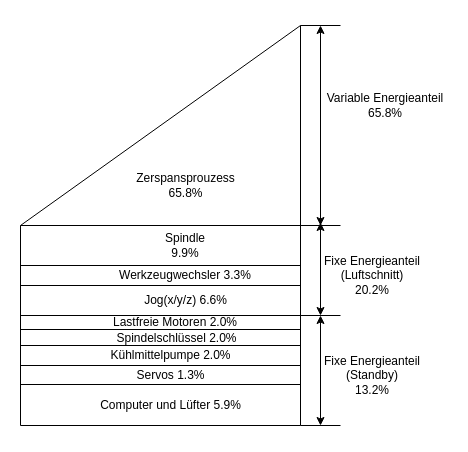
This is Untitled Diagram.drawio from summerwind123321/learn, a draw.io file, before an edit. Source tidied: cells renumbered, new cells numbered last; positions are measured from the earlier drawing's top-left corner, leaving out a move shared by most shapes. Both pictures are drawn from the tidied source at 100%, with x=0, y=0 at pixel (20, 25).
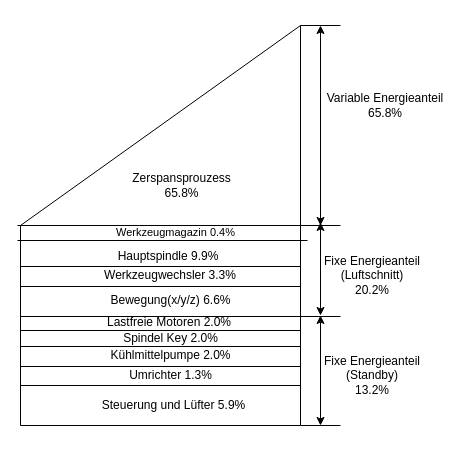
After the change.

Change to the diagram source:
```diff
@@
     <mxCell id="10" value="Zerspansprouzess&lt;br&gt;65.8%" style="text;html=1;align=center;verticalAlign=middle;strokeColor=none;" parent="1" vertex="1">
-      <mxGeometry x="110" y="145" width="110" height="30" as="geometry" />
+      <mxGeometry x="106" y="145" width="110" height="30" as="geometry" />
     </mxCell>
     <mxCell id="11" style="endArrow=none;html=1;" parent="1" edge="1">
       <mxGeometry relative="1" as="geometry">
-        <mxPoint y="200" as="sourcePoint" />
-        <mxPoint x="290" y="200" as="targetPoint" />
+        <mxPoint x="-3" y="200" as="sourcePoint" />
+        <mxPoint x="287" y="200" as="targetPoint" />
       </mxGeometry>
     </mxCell>
     <mxCell id="12" style="endArrow=none;html=1;" parent="1" edge="1">
       <mxGeometry relative="1" as="geometry">
-        <mxPoint y="240" as="sourcePoint" />
-        <mxPoint x="280" y="240" as="targetPoint" />
+        <mxPoint y="241" as="sourcePoint" />
+        <mxPoint x="280" y="241" as="targetPoint" />
       </mxGeometry>
     </mxCell>
     <mxCell id="13" style="endArrow=none;html=1;" parent="1" edge="1">
       <mxGeometry relative="1" as="geometry">
-        <mxPoint y="260" as="sourcePoint" />
-        <mxPoint x="280" y="260" as="targetPoint" />
+        <mxPoint y="261" as="sourcePoint" />
+        <mxPoint x="280" y="261" as="targetPoint" />
       </mxGeometry>
     </mxCell>
     <mxCell id="14" style="endArrow=none;html=1;" parent="1" edge="1">
       <mxGeometry relative="1" as="geometry">
-        <mxPoint y="290" as="sourcePoint" />
-        <mxPoint x="280" y="290" as="targetPoint" />
+        <mxPoint y="291" as="sourcePoint" />
+        <mxPoint x="280" y="291" as="targetPoint" />
       </mxGeometry>
     </mxCell>
     <mxCell id="15" style="endArrow=none;html=1;" parent="1" edge="1">
       <mxGeometry relative="1" as="geometry">
-        <mxPoint y="304" as="sourcePoint" />
-        <mxPoint x="280" y="304" as="targetPoint" />
+        <mxPoint y="305" as="sourcePoint" />
+        <mxPoint x="280" y="305" as="targetPoint" />
       </mxGeometry>
     </mxCell>
     <mxCell id="16" style="endArrow=none;html=1;" parent="1" edge="1">
       <mxGeometry relative="1" as="geometry">
-        <mxPoint y="320" as="sourcePoint" />
-        <mxPoint x="280" y="320" as="targetPoint" />
+        <mxPoint y="321" as="sourcePoint" />
+        <mxPoint x="280" y="321" as="targetPoint" />
       </mxGeometry>
     </mxCell>
     <mxCell id="17" style="endArrow=none;html=1;" parent="1" edge="1">
       <mxGeometry relative="1" as="geometry">
-        <mxPoint y="340" as="sourcePoint" />
-        <mxPoint x="280" y="340" as="targetPoint" />
+        <mxPoint y="341" as="sourcePoint" />
+        <mxPoint x="280" y="341" as="targetPoint" />
       </mxGeometry>
     </mxCell>
     <mxCell id="18" style="endArrow=none;html=1;" parent="1" edge="1">
       <mxGeometry relative="1" as="geometry">
-        <mxPoint y="359" as="sourcePoint" />
-        <mxPoint x="280" y="359" as="targetPoint" />
+        <mxPoint y="360" as="sourcePoint" />
+        <mxPoint x="280" y="360" as="targetPoint" />
       </mxGeometry>
     </mxCell>
-    <mxCell id="19" value="Spindle 9.9%" style="text;html=1;strokeColor=none;fillColor=none;align=center;verticalAlign=middle;whiteSpace=wrap;rounded=0;" parent="1" vertex="1">
-      <mxGeometry x="145" y="210" width="40" height="20" as="geometry" />
+    <mxCell id="19" value="Hauptspindle 9.9%" style="text;html=1;strokeColor=none;fillColor=none;align=center;verticalAlign=middle;whiteSpace=wrap;rounded=0;" parent="1" vertex="1">
+      <mxGeometry x="83" y="221" width="130" height="20" as="geometry" />
     </mxCell>
     <mxCell id="20" value="Werkzeugwechsler 3.3%" style="text;html=1;strokeColor=none;fillColor=none;align=center;verticalAlign=middle;whiteSpace=wrap;rounded=0;" parent="1" vertex="1">
-      <mxGeometry x="79" y="240" width="172" height="20" as="geometry" />
+      <mxGeometry x="64" y="240" width="172" height="20" as="geometry" />
     </mxCell>
-    <mxCell id="21" value="Jog(x/y/z) 6.6%" style="text;html=1;align=center;verticalAlign=middle;strokeColor=none;" parent="1" vertex="1">
-      <mxGeometry x="115" y="265" width="100" height="20" as="geometry" />
+    <mxCell id="21" value="Bewegung(x/y/z) 6.6%" style="text;html=1;align=center;verticalAlign=middle;strokeColor=none;" parent="1" vertex="1">
+      <mxGeometry x="80" y="265" width="140" height="20" as="geometry" />
     </mxCell>
     <mxCell id="22" value="Lastfreie Motoren 2.0%" style="text;html=1;strokeColor=none;fillColor=none;align=center;verticalAlign=middle;whiteSpace=wrap;rounded=0;" parent="1" vertex="1">
-      <mxGeometry x="90" y="287" width="130" height="20" as="geometry" />
+      <mxGeometry x="84" y="287" width="130" height="20" as="geometry" />
     </mxCell>
-    <mxCell id="23" value="Spindelschlüssel 2.0%" style="text;html=1;align=center;verticalAlign=middle;strokeColor=none;" parent="1" vertex="1">
-      <mxGeometry x="86" y="303" width="140" height="20" as="geometry" />
+    <mxCell id="23" value="Spindel Key 2.0%" style="text;html=1;align=center;verticalAlign=middle;strokeColor=none;" parent="1" vertex="1">
+      <mxGeometry x="95" y="303" width="110" height="20" as="geometry" />
     </mxCell>
@@
-    <mxCell id="25" value="Servos 1.3%" style="text;html=1;align=center;verticalAlign=middle;strokeColor=none;" parent="1" vertex="1">
-      <mxGeometry x="110" y="340" width="80" height="20" as="geometry" />
+    <mxCell id="25" value="Umrichter 1.3%" style="text;html=1;align=center;verticalAlign=middle;strokeColor=none;" parent="1" vertex="1">
+      <mxGeometry x="100" y="340" width="100" height="20" as="geometry" />
     </mxCell>
-    <mxCell id="26" value="Computer und Lüfter 5.9%" style="text;html=1;align=center;verticalAlign=middle;strokeColor=none;" parent="1" vertex="1">
-      <mxGeometry x="70" y="370" width="160" height="20" as="geometry" />
+    <mxCell id="26" value="Steuerung und Lüfter 5.9%" style="text;html=1;align=center;verticalAlign=middle;strokeColor=none;" parent="1" vertex="1">
+      <mxGeometry x="73" y="370" width="160" height="20" as="geometry" />
     </mxCell>
     <mxCell id="27" style="endArrow=none;html=1;" parent="1" edge="1">
       <mxGeometry relative="1" as="geometry">
-        <mxPoint x="280" y="290" as="sourcePoint" />
-        <mxPoint x="320" y="290" as="targetPoint" />
+        <mxPoint x="280" y="291" as="sourcePoint" />
+        <mxPoint x="320" y="291" as="targetPoint" />
       </mxGeometry>
     </mxCell>
@@
+    <mxCell id="33" style="endArrow=none;html=1;" parent="1" edge="1">
+      <mxGeometry relative="1" as="geometry">
+        <mxPoint x="-3" y="215" as="sourcePoint" />
+        <mxPoint x="287" y="215" as="targetPoint" />
+      </mxGeometry>
+    </mxCell>
+    <mxCell id="34" value="Werkzeugmagazin 0.4%" style="edgeLabel;html=1;align=center;verticalAlign=middle;" parent="33" vertex="1">
+      <mxGeometry x="0.23" y="1" relative="1" as="geometry">
+        <mxPoint x="-21" y="-8" as="offset" />
+      </mxGeometry>
+    </mxCell>
```
